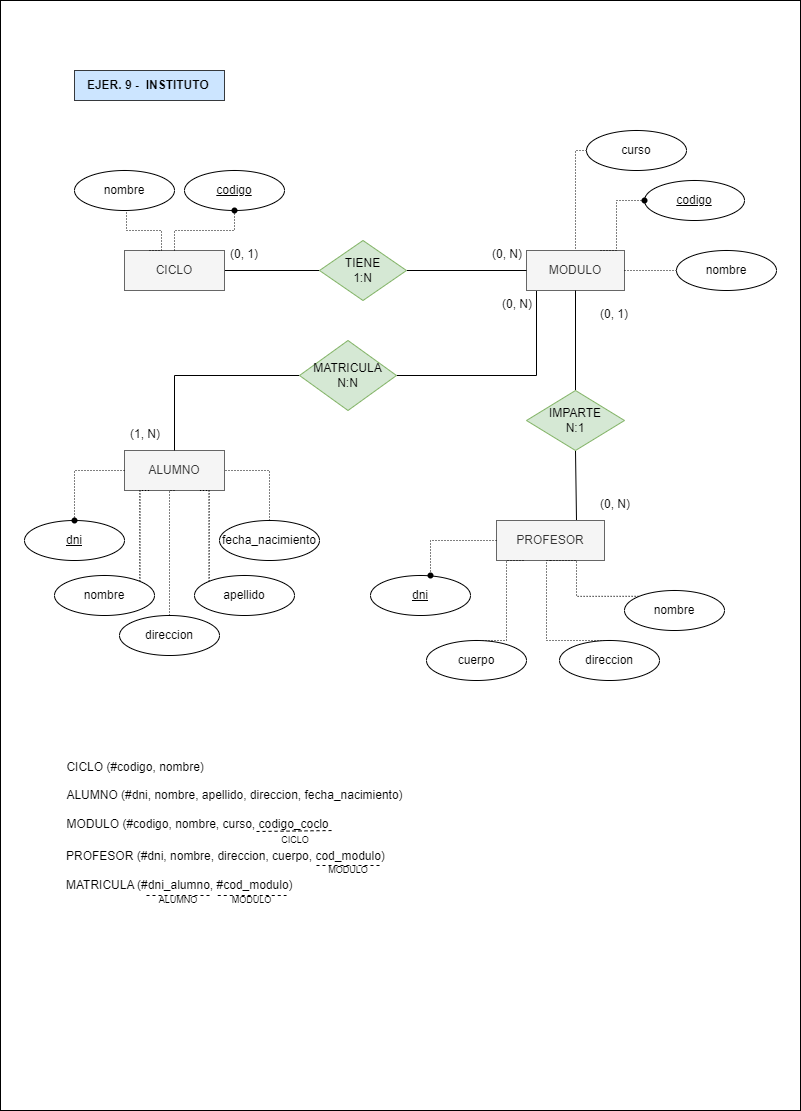
The draw.io diagram ejer9_instituto.png in mdrp93/BASE-DE-DATOS, before a commit. Source tidied: cells renumbered, new cells last; positions are measured from the earlier drawing's top-left corner, leaving out a move shared by most shapes.
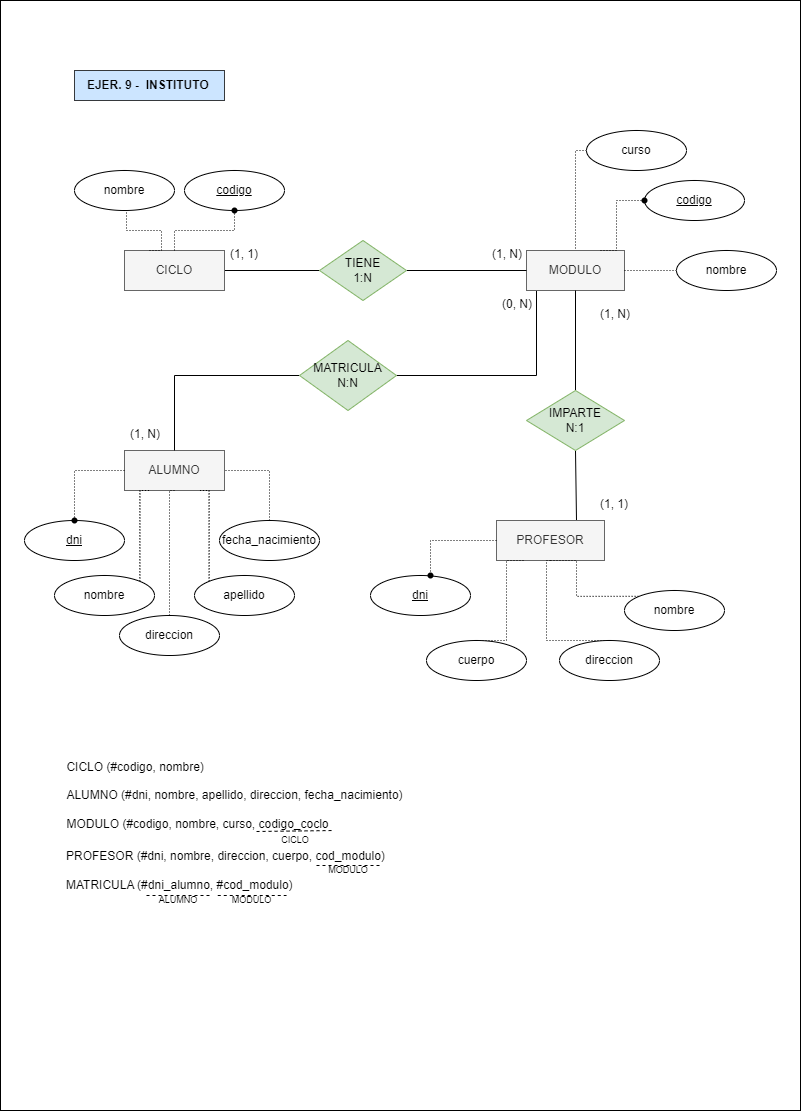
After the change.

What changed in the source:
```diff
@@ -46,10 +46,10 @@
         <mxPoint x="114" y="515" as="targetPoint" />
       </mxGeometry>
     </mxCell>
-    <mxCell id="13" value="(0, 1)" style="text;strokeColor=none;fillColor=none;spacingLeft=4;spacingRight=4;overflow=hidden;fontSize=12;whiteSpace=wrap;html=1;" parent="1" vertex="1">
+    <mxCell id="13" value="(1, 1)" style="text;strokeColor=none;fillColor=none;spacingLeft=4;spacingRight=4;overflow=hidden;fontSize=12;whiteSpace=wrap;html=1;" parent="1" vertex="1">
       <mxGeometry x="224" y="240" width="50" height="30" as="geometry" />
     </mxCell>
-    <mxCell id="14" value="(0, N)" style="text;strokeColor=none;fillColor=none;spacingLeft=4;spacingRight=4;overflow=hidden;fontSize=12;whiteSpace=wrap;html=1;" parent="1" vertex="1">
+    <mxCell id="14" value="(1, N)" style="text;strokeColor=none;fillColor=none;spacingLeft=4;spacingRight=4;overflow=hidden;fontSize=12;whiteSpace=wrap;html=1;" parent="1" vertex="1">
       <mxGeometry x="486" y="240" width="50" height="30" as="geometry" />
     </mxCell>
     <mxCell id="15" value="EJER. 9 -&amp;nbsp; INSTITUTO&amp;nbsp;" style="text;html=1;align=center;verticalAlign=middle;strokeColor=#36393d;fillColor=#cce5ff;fontStyle=1;" parent="1" vertex="1">
@@ -133,7 +133,7 @@
     <mxCell id="32" value="PROFESOR" style="whiteSpace=wrap;html=1;align=center;fillColor=#f5f5f5;fontColor=#333333;strokeColor=#666666;" parent="1" vertex="1">
       <mxGeometry x="496" y="520" width="108" height="40" as="geometry" />
     </mxCell>
-    <mxCell id="33" value="(0, N)" style="text;strokeColor=none;fillColor=none;spacingLeft=4;spacingRight=4;overflow=hidden;fontSize=12;whiteSpace=wrap;html=1;" parent="1" vertex="1">
+    <mxCell id="33" value="(1, 1)" style="text;strokeColor=none;fillColor=none;spacingLeft=4;spacingRight=4;overflow=hidden;fontSize=12;whiteSpace=wrap;html=1;" parent="1" vertex="1">
       <mxGeometry x="594" y="490" width="50" height="30" as="geometry" />
     </mxCell>
     <mxCell id="34" style="edgeStyle=orthogonalEdgeStyle;rounded=0;jettySize=auto;html=1;exitDx=0;exitDy=0;dashed=1;dashPattern=1 2;endArrow=none;endFill=0;" parent="1" edge="1" source="44" target="41">
@@ -195,7 +195,7 @@
     <mxCell id="48" value="MATRICULA&lt;br&gt;N:N" style="shape=rhombus;perimeter=rhombusPerimeter;whiteSpace=wrap;html=1;align=center;fillColor=#d5e8d4;strokeColor=#82b366;" parent="1" vertex="1">
       <mxGeometry x="299" y="340" width="97" height="70" as="geometry" />
     </mxCell>
-    <mxCell id="49" value="(0, 1)" style="text;strokeColor=none;fillColor=none;spacingLeft=4;spacingRight=4;overflow=hidden;fontSize=12;whiteSpace=wrap;html=1;" parent="1" vertex="1">
+    <mxCell id="49" value="(1, N)" style="text;strokeColor=none;fillColor=none;spacingLeft=4;spacingRight=4;overflow=hidden;fontSize=12;whiteSpace=wrap;html=1;" parent="1" vertex="1">
       <mxGeometry x="594" y="300" width="50" height="30" as="geometry" />
     </mxCell>
     <mxCell id="50" value="(0, N)" style="text;strokeColor=none;fillColor=none;spacingLeft=4;spacingRight=4;overflow=hidden;fontSize=12;whiteSpace=wrap;html=1;" parent="1" vertex="1">
```
